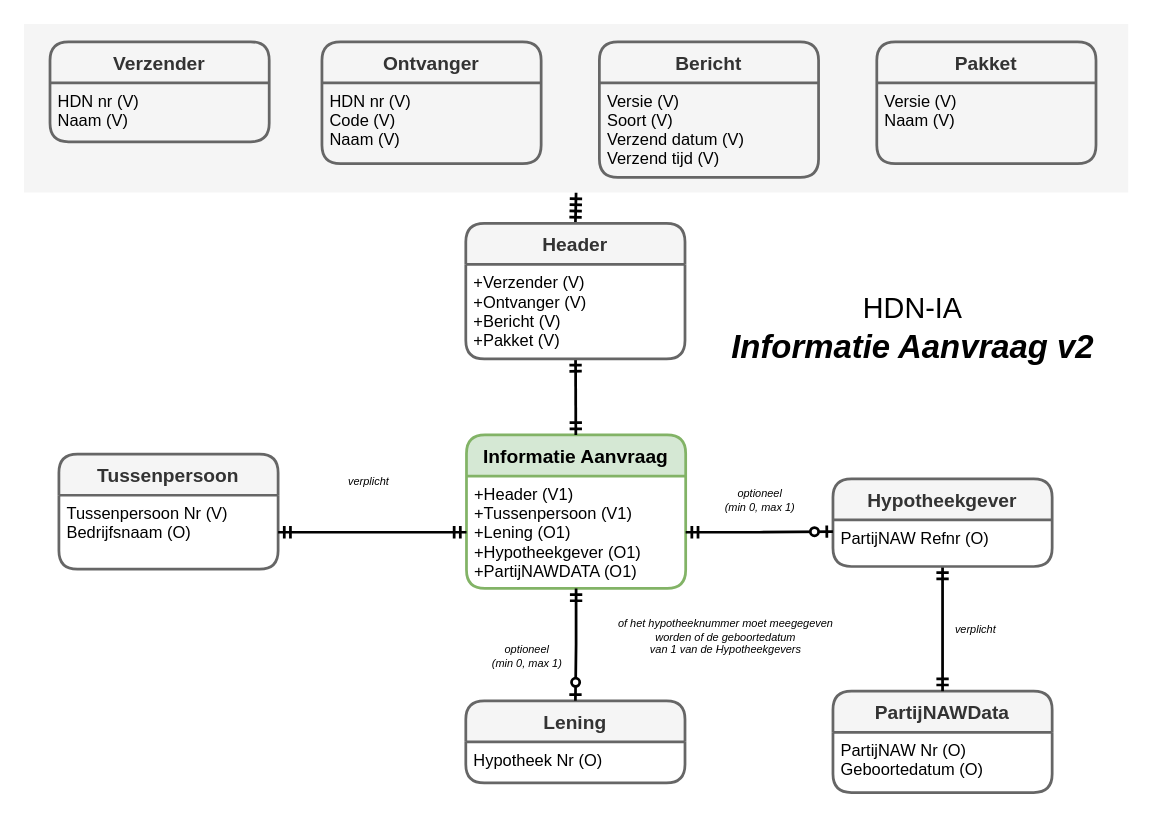
This is page "IA" (1 of 8) of 3rdParty-HDN.drawio from luchthandel/diagrams, a draw.io file, before an edit. Source tidied: cells renumbered, new cells numbered last; positions are measured from the earlier drawing's top-left corner, leaving out a move shared by most shapes. Both pictures are drawn from the tidied source at 137%, with x=0, y=0 at pixel (23, 23).
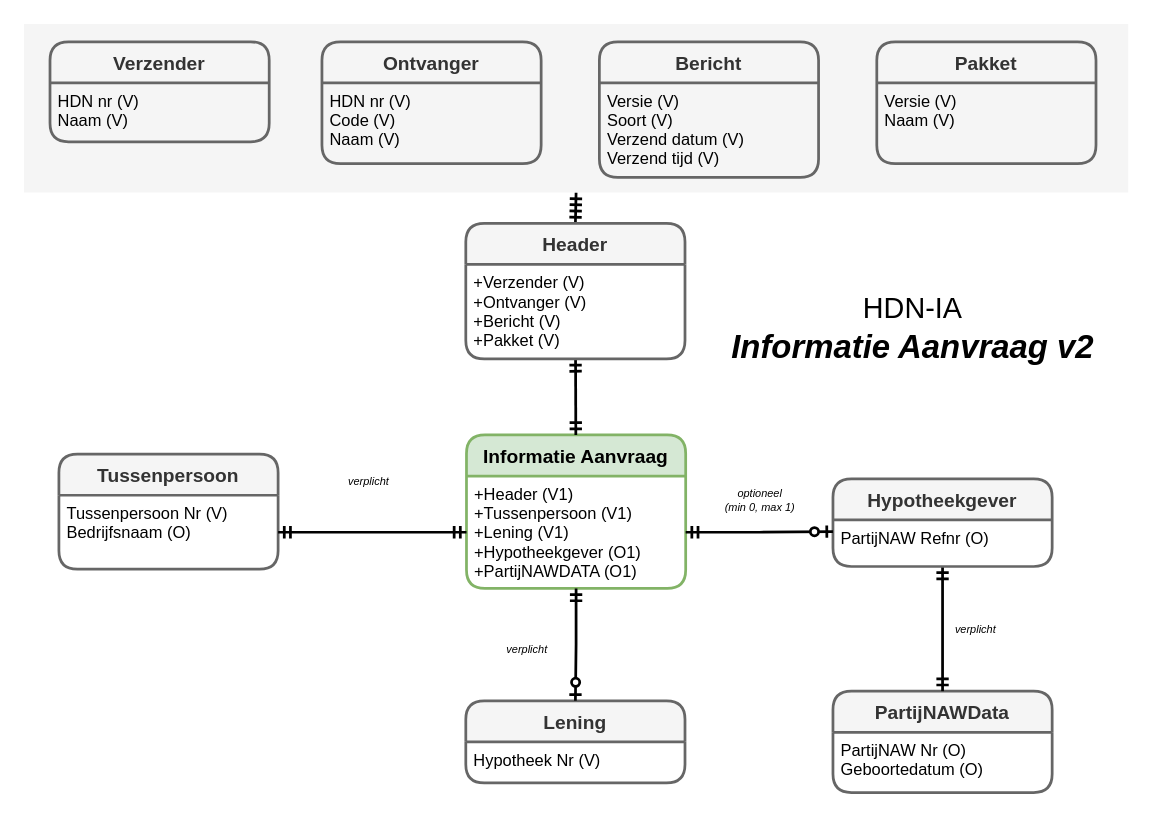
The same page after the edit.

Unchanged cells that the change refers to:
```xml
<mxCell id="9" value="Lening" style="swimlane;horizontal=1;startSize=30;fillColor=#f5f5f5;rounded=1;fontSize=14;fontStyle=1;strokeWidth=2;shadow=0;dashed=0;align=center;strokeColor=#666666;fontColor=#333333;" parent="1" vertex="1">
  <mxGeometry x="322.5" y="494" width="160" height="60" as="geometry" />
</mxCell>
<mxCell id="13" value="Informatie Aanvraag" style="swimlane;horizontal=1;startSize=30;fillColor=#d5e8d4;rounded=1;fontSize=14;fontStyle=1;strokeWidth=2;shadow=0;dashed=0;align=center;strokeColor=#82b366;" parent="1" vertex="1">
  <mxGeometry x="323" y="300" width="160" height="112" as="geometry" />
</mxCell>
```

The edit, as a diff of the source:
```diff
@@
-    <mxCell id="10" value="Hypotheek Nr (O)" style="align=left;strokeColor=none;fillColor=none;spacingLeft=4;fontSize=12;verticalAlign=top;" parent="9" vertex="1">
+    <mxCell id="10" value="Hypotheek Nr (V)" style="align=left;strokeColor=none;fillColor=none;spacingLeft=4;fontSize=12;verticalAlign=top;" parent="9" vertex="1">
       <mxGeometry y="30" width="160" height="30" as="geometry" />
     </mxCell>
@@
-    <mxCell id="14" value="+Header (V1)&#10;+Tussenpersoon (V1)&#10;+Lening (O1)&#10;+Hypotheekgever (O1)&#10;+PartijNAWDATA (O1)" style="align=left;strokeColor=none;fillColor=none;spacingLeft=4;fontSize=12;verticalAlign=top;" parent="13" vertex="1">
+    <mxCell id="14" value="+Header (V1)&#10;+Tussenpersoon (V1)&#10;+Lening (V1)&#10;+Hypotheekgever (O1)&#10;+PartijNAWDATA (O1)" style="align=left;strokeColor=none;fillColor=none;spacingLeft=4;fontSize=12;verticalAlign=top;" parent="13" vertex="1">
       <mxGeometry y="30" width="160" height="82" as="geometry" />
     </mxCell>
@@
-    <mxCell id="19" value="of het hypotheeknummer moet meegegeven &lt;br&gt;worden of de geboortedatum &lt;br&gt;van 1 van de Hypotheekgevers" style="text;html=1;fontStyle=2;fontSize=8;align=center;" parent="1" vertex="1">
-      <mxGeometry x="432" y="426.5" width="160" height="30" as="geometry" />
-    </mxCell>
@@
-    <mxCell id="24" value="optioneel&lt;br&gt;(min 0, max 1)" style="text;html=1;fontStyle=2;fontSize=8;align=center;" parent="1" vertex="1">
+    <mxCell id="24" value="verplicht" style="text;html=1;fontStyle=2;fontSize=8;align=center;" parent="1" vertex="1">
       <mxGeometry x="341.5" y="445.5" width="50" height="30" as="geometry" />
     </mxCell>
```
